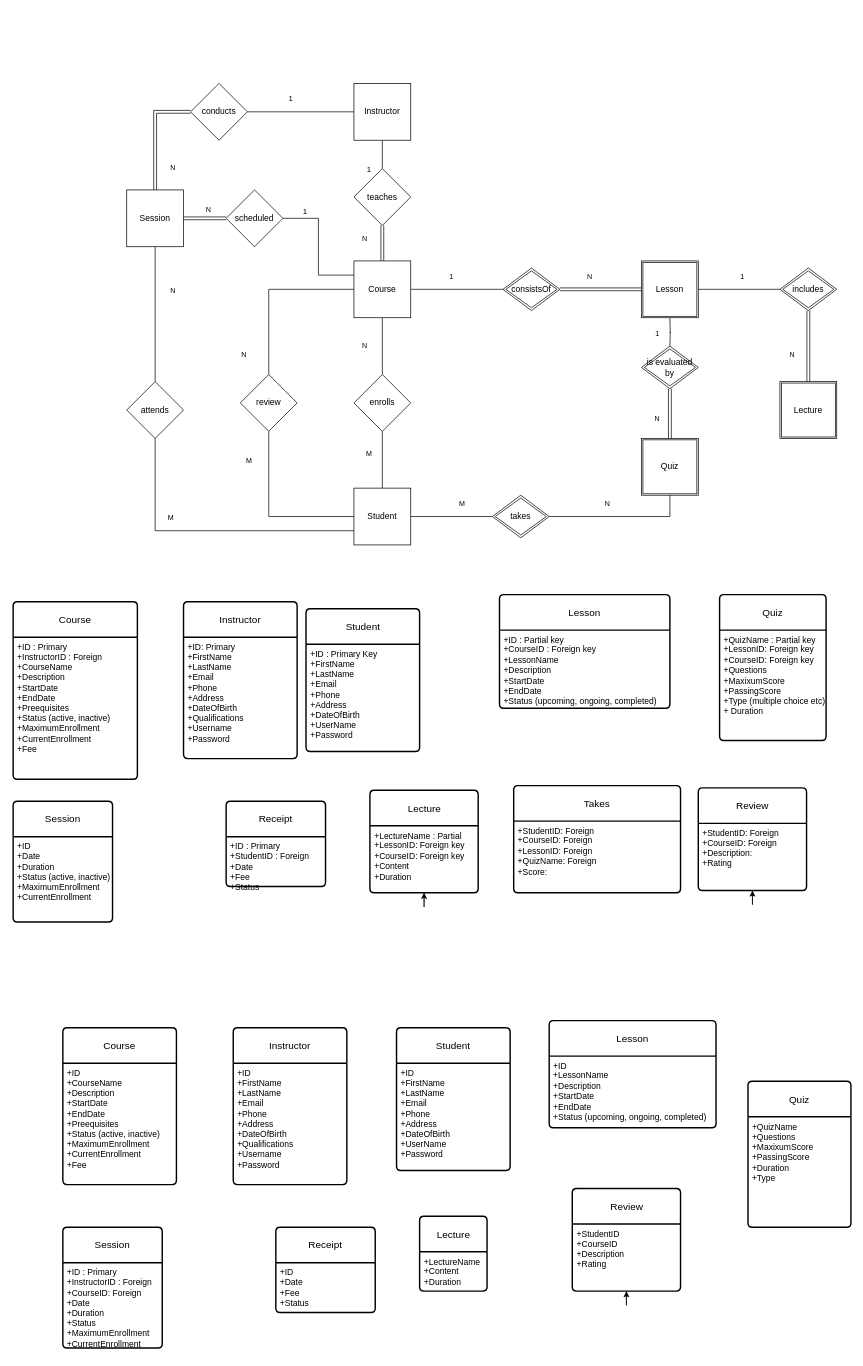
The draw.io diagram ER.drawio in charisvt/edulink, before the edit. Source tidied: cells renumbered, new cells numbered last; positions are measured from the earlier drawing's top-left corner, leaving out a move shared by most shapes. Both pictures are drawn from the tidied source at 71%, with x=0, y=0 at pixel (13, 12).
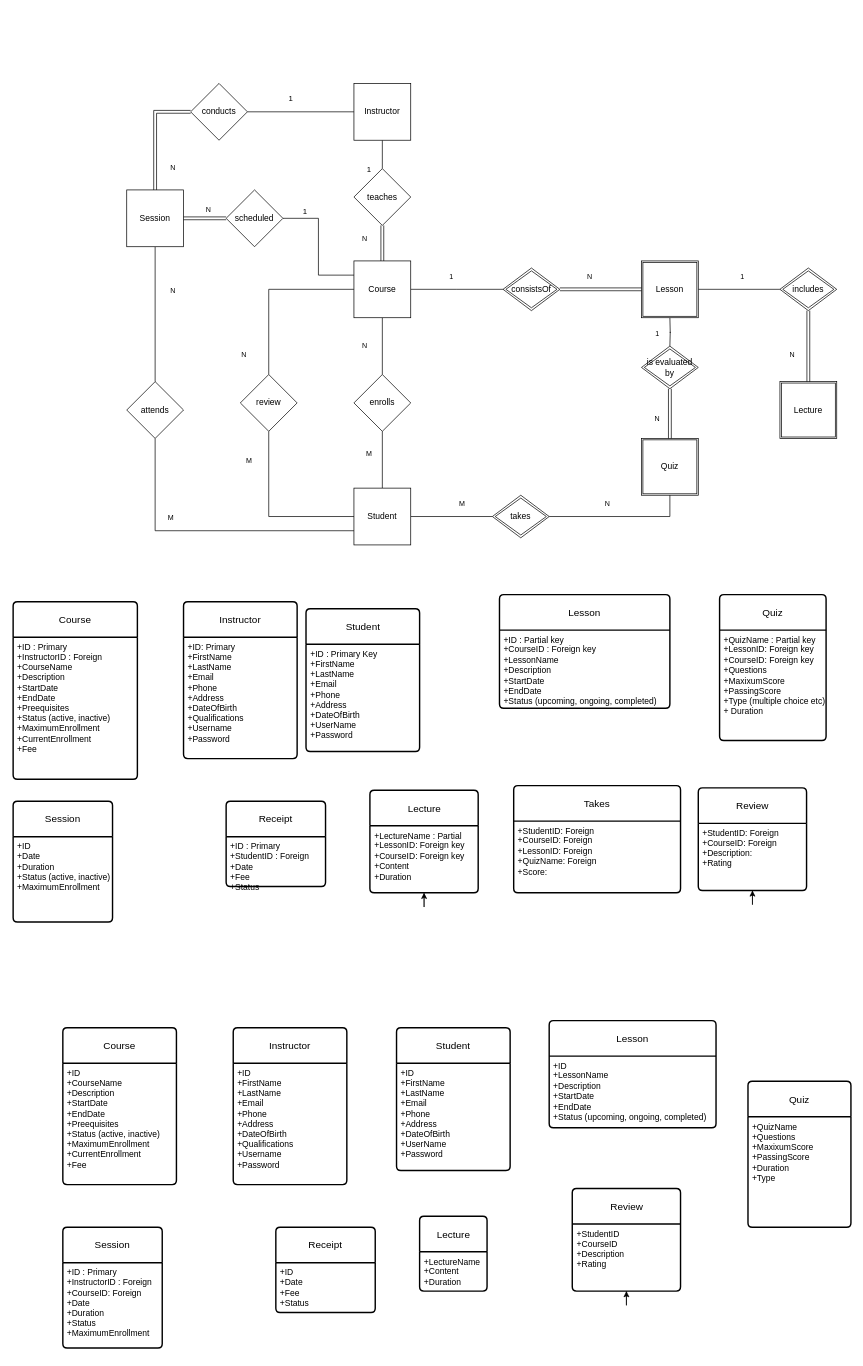
After the change.

The change refers to these unchanged cells:
```xml
<mxCell id="51" value="Session" style="swimlane;horizontal=1;startSize=50;rounded=1;fontSize=14;fontStyle=0;strokeWidth=2;shadow=0;dashed=0;align=center;arcSize=4;whiteSpace=wrap;html=1;" parent="1" vertex="1">
  <mxGeometry x="70" y="1711" width="140" height="170" as="geometry" />
</mxCell>
<mxCell id="91" value="Session" style="swimlane;horizontal=1;startSize=50;rounded=1;fontSize=14;fontStyle=0;strokeWidth=2;shadow=0;dashed=0;align=center;arcSize=4;whiteSpace=wrap;html=1;" parent="1" vertex="1">
  <mxGeometry y="1111" width="140" height="170" as="geometry" />
</mxCell>
```

Change to the diagram source:
```diff
@@
-    <mxCell id="52" value="+ID : Primary&amp;nbsp;&lt;br&gt;+InstructorID : Foreign&lt;br&gt;+CourseID: Foreign&lt;br&gt;+Date&lt;br&gt;+Duration&lt;br&gt;+Status&lt;br&gt;+MaximumEnrollment&lt;br style=&quot;border-color: var(--border-color);&quot;&gt;+CurrentEnrollment" style="align=left;strokeColor=none;fillColor=none;spacingLeft=4;fontSize=12;verticalAlign=top;html=1;" parent="51" vertex="1">
+    <mxCell id="52" value="+ID : Primary&amp;nbsp;&lt;br&gt;+InstructorID : Foreign&lt;br&gt;+CourseID: Foreign&lt;br&gt;+Date&lt;br&gt;+Duration&lt;br&gt;+Status&lt;br&gt;+MaximumEnrollment" style="align=left;strokeColor=none;fillColor=none;spacingLeft=4;fontSize=12;verticalAlign=top;html=1;" parent="51" vertex="1">
       <mxGeometry y="50" width="140" height="120" as="geometry" />
     </mxCell>
@@
-    <mxCell id="92" value="+ID&lt;br&gt;+Date&lt;br&gt;+Duration&lt;br&gt;+Status (active, inactive)&lt;br&gt;+MaximumEnrollment&lt;br style=&quot;border-color: var(--border-color);&quot;&gt;+CurrentEnrollment" style="align=left;strokeColor=none;fillColor=none;spacingLeft=4;fontSize=12;verticalAlign=top;html=1;" parent="91" vertex="1">
+    <mxCell id="92" value="+ID&lt;br&gt;+Date&lt;br&gt;+Duration&lt;br&gt;+Status (active, inactive)&lt;br&gt;+MaximumEnrollment&lt;br style=&quot;border-color: var(--border-color);&quot;&gt;" style="align=left;strokeColor=none;fillColor=none;spacingLeft=4;fontSize=12;verticalAlign=top;html=1;" parent="91" vertex="1">
       <mxGeometry y="50" width="140" height="120" as="geometry" />
     </mxCell>
```
